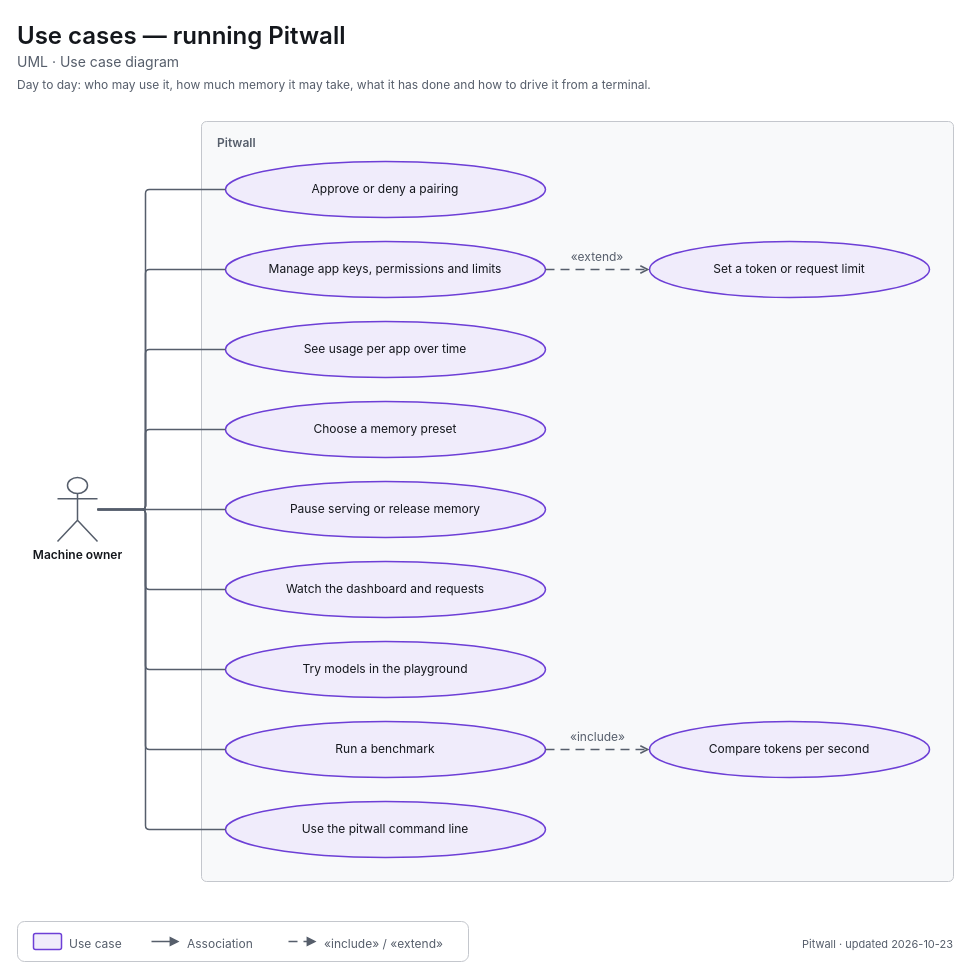
The draw.io diagram apps/pitwall/docs/diagrams/uml-use-cases-operate.drawio in decryp7/paddock, before the edit. Source tidied: cells renumbered, new cells numbered last; positions are measured from the earlier drawing's top-left corner, leaving out a move shared by most shapes. Both pictures are drawn from the tidied source at 100%, with x=0, y=0 at pixel (17, 17).
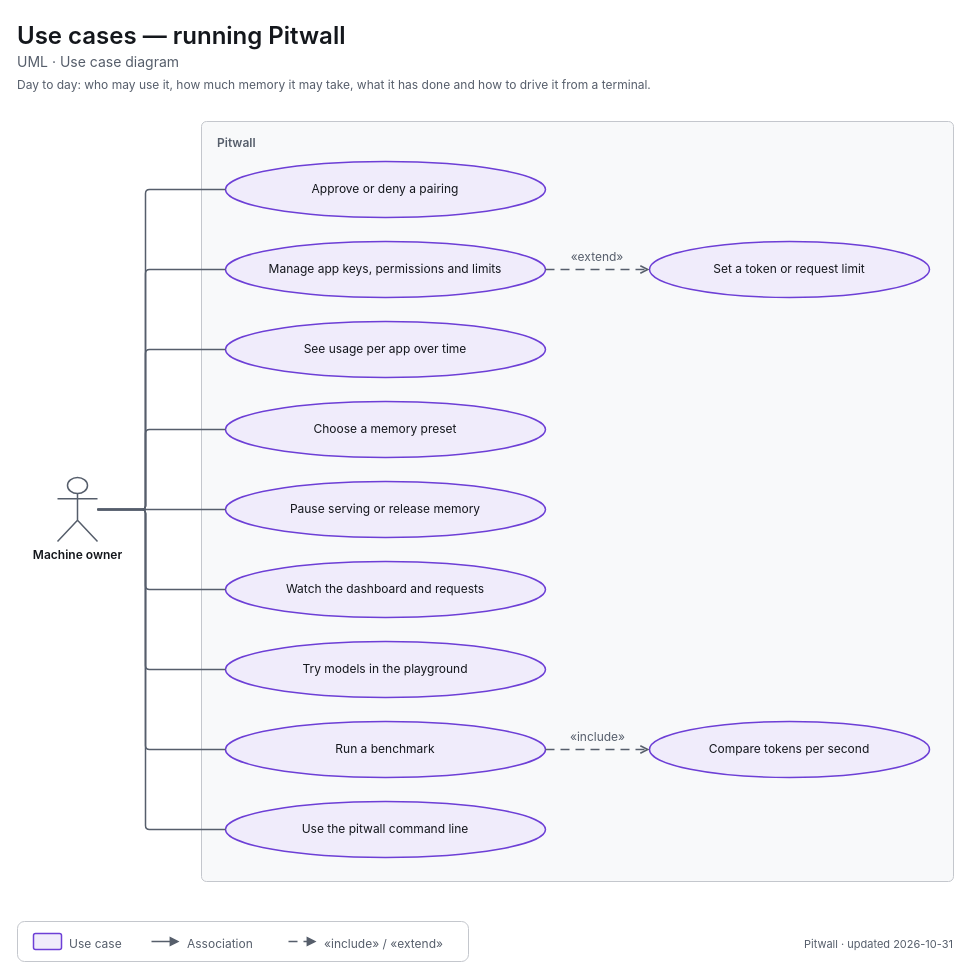
Above is the later version.

Diff of the diagram source:
```diff
@@
-    <mxCell id="38" value="&lt;span style=&quot;font-size:11px;font-weight:400&quot;&gt;Pitwall · updated 2026-10-23&lt;/span&gt;" style="html=1;whiteSpace=wrap;fontFamily=-apple-system,BlinkMacSystemFont,Segoe UI,system-ui,sans-serif;fontSize=12;fontColor=light-dark(#14171C,#ECEEF1);text;strokeColor=none;fillColor=none;align=right;verticalAlign=top;spacing=0;fontColor=light-dark(#565E6B,#A0A7B2);" parent="1" vertex="1">
+    <mxCell id="38" value="&lt;span style=&quot;font-size:11px;font-weight:400&quot;&gt;Pitwall · updated 2026-10-31&lt;/span&gt;" style="html=1;whiteSpace=wrap;fontFamily=-apple-system,BlinkMacSystemFont,Segoe UI,system-ui,sans-serif;fontSize=12;fontColor=light-dark(#14171C,#ECEEF1);text;strokeColor=none;fillColor=none;align=right;verticalAlign=top;spacing=0;fontColor=light-dark(#565E6B,#A0A7B2);" parent="1" vertex="1">
       <mxGeometry x="576" y="915" width="360" height="18" as="geometry" />
     </mxCell>
```
